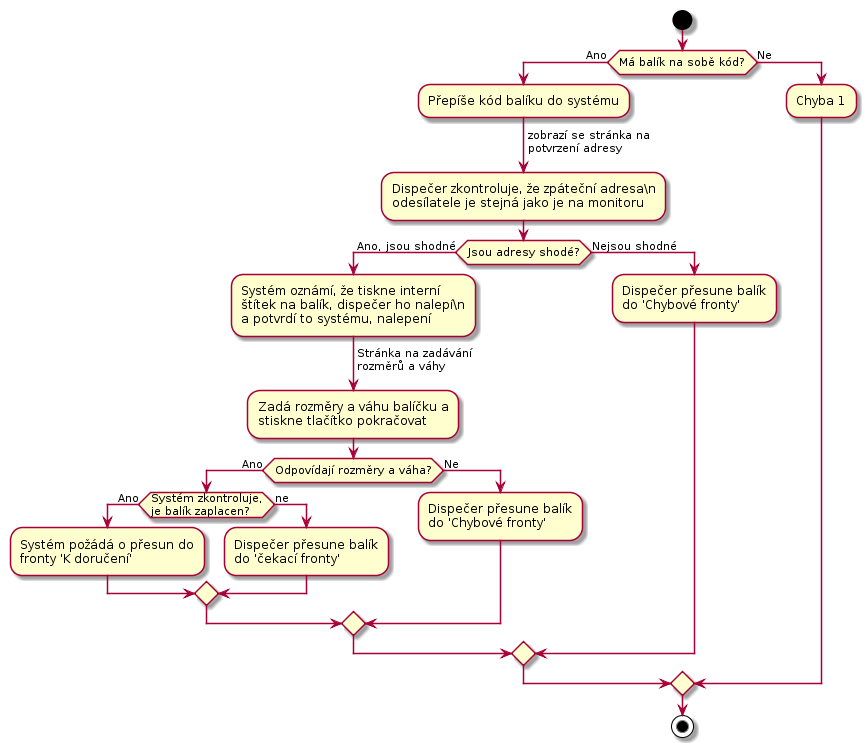
Earlier version of the PlantUML export docs/diagrams/out/uc-21-activity-2.png (Internet-Handel/postman). Source of this version:
```plantuml
@startuml
start

  if (Má balík na sobě kód?) then (Ano)
    :Přepíše kód balíku do systému;
    -> zobrazí se stránka na\npotvrzení adresy;
    :Dispečer zkontroluje, že zpáteční adresa\n
    odesílatele je stejná jako je na monitoru;
    if (Jsou adresy shodé?) then (Ano, jsou shodné)
      :Systém oznámí, že tiskne interní
      štítek na balík, dispečer ho nalepí\n
      a potvrdí to systému, nalepení;
      -> Stránka na zadávání\nrozměrů a váhy;
      :Zadá rozměry a váhu balíčku a
      stiskne tlačítko pokračovat;
      if (Odpovídají rozměry a váha?) then (Ano)
        if (Systém zkontroluje,\nje balík zaplacen?) then (Ano)
          :Systém požádá o přesun do
          fronty 'K doručení';
        else (ne)
          :Dispečer přesune balík
          do 'čekací fronty';
        endif
      else (Ne)
          :Dispečer přesune balík
          do 'Chybové fronty';
      endif
    else (Nejsou shodné)
      :Dispečer přesune balík
      do 'Chybové fronty';
    endif
  else (Ne)
    :Chyba 1;
  endif

stop
@enduml
```
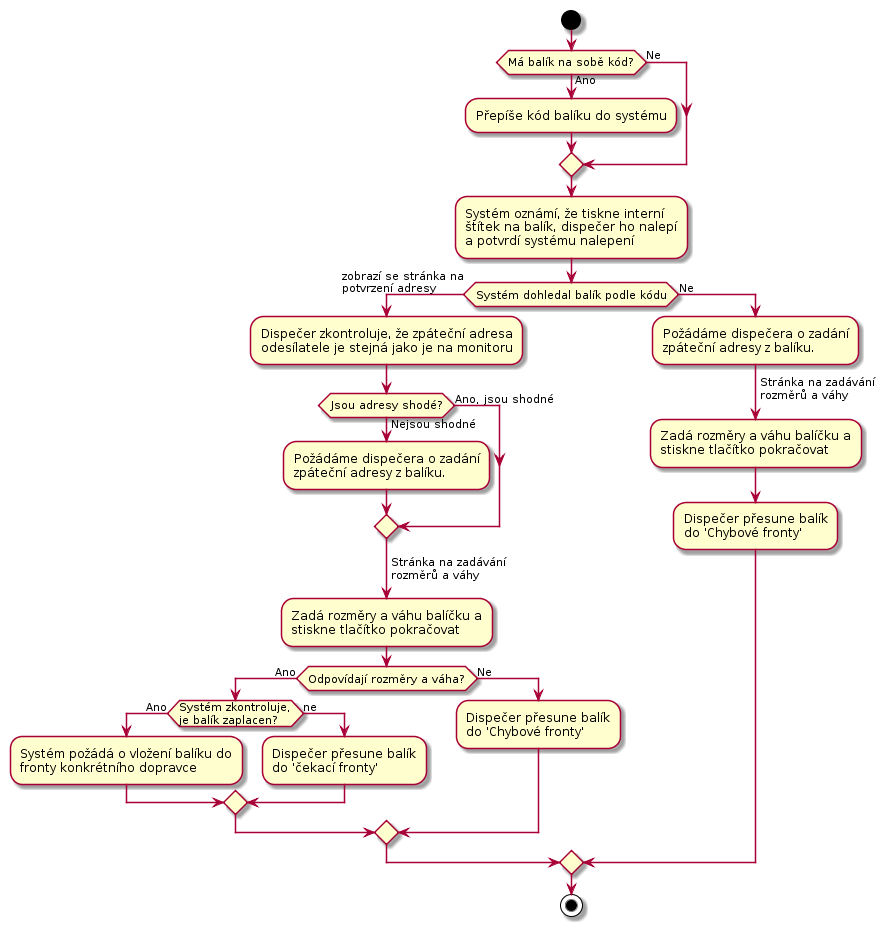
After the change.

What changed in the source:
```diff
@@ -1,37 +1,50 @@
 @startuml
 start
 
-  if (Má balík na sobě kód?) then (Ano)
+if (Má balík na sobě kód?) then (Ano)
     :Přepíše kód balíku do systému;
+else (Ne)
+endif
+:Systém oznámí, že tiskne interní
+štítek na balík, dispečer ho nalepí
+a potvrdí systému nalepení;
+if (Systém dohledal balík podle kódu) then (Ano)
     -> zobrazí se stránka na\npotvrzení adresy;
-    :Dispečer zkontroluje, že zpáteční adresa\n
+    :Dispečer zkontroluje, že zpáteční adresa
     odesílatele je stejná jako je na monitoru;
+
     if (Jsou adresy shodé?) then (Ano, jsou shodné)
-      :Systém oznámí, že tiskne interní
-      štítek na balík, dispečer ho nalepí\n
-      a potvrdí to systému, nalepení;
-      -> Stránka na zadávání\nrozměrů a váhy;
-      :Zadá rozměry a váhu balíčku a
-      stiskne tlačítko pokračovat;
-      if (Odpovídají rozměry a váha?) then (Ano)
+    else (Nejsou shodné)
+        :Požádáme dispečera o zadání
+        zpáteční adresy z balíku.;
+    endif
+
+    -> Stránka na zadávání\nrozměrů a váhy;
+    :Zadá rozměry a váhu balíčku a
+    stiskne tlačítko pokračovat;
+
+    if (Odpovídají rozměry a váha?) then (Ano)
         if (Systém zkontroluje,\nje balík zaplacen?) then (Ano)
-          :Systém požádá o přesun do
-          fronty 'K doručení';
+            :Systém požádá o vložení balíku do
+            fronty konkrétního dopravce;
         else (ne)
-          :Dispečer přesune balík
-          do 'čekací fronty';
+            :Dispečer přesune balík
+            do 'čekací fronty';
         endif
-      else (Ne)
-          :Dispečer přesune balík
-          do 'Chybové fronty';
-      endif
-    else (Nejsou shodné)
-      :Dispečer přesune balík
-      do 'Chybové fronty';
+    else (Ne)
+        :Dispečer přesune balík
+        do 'Chybové fronty';
     endif
-  else (Ne)
-    :Chyba 1;
-  endif
+
+else (Ne)
+    :Požádáme dispečera o zadání
+    zpáteční adresy z balíku.;
+    -> Stránka na zadávání\nrozměrů a váhy;
+    :Zadá rozměry a váhu balíčku a
+    stiskne tlačítko pokračovat;
+    :Dispečer přesune balík
+    do 'Chybové fronty';
+endif
 
 stop
 @enduml
```
